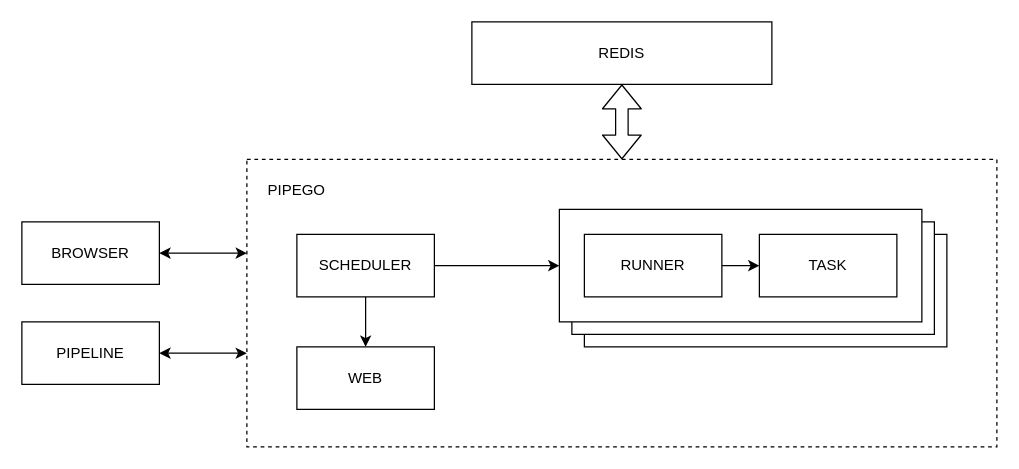
The draw.io diagram diagram.drawio in pipego/deploy, before the edit. Source tidied: cells renumbered, new cells numbered last; positions are measured from the earlier drawing's top-left corner, leaving out a move shared by most shapes. Both pictures are drawn from the tidied source at 125%, with x=0, y=0 at pixel (21, 21).
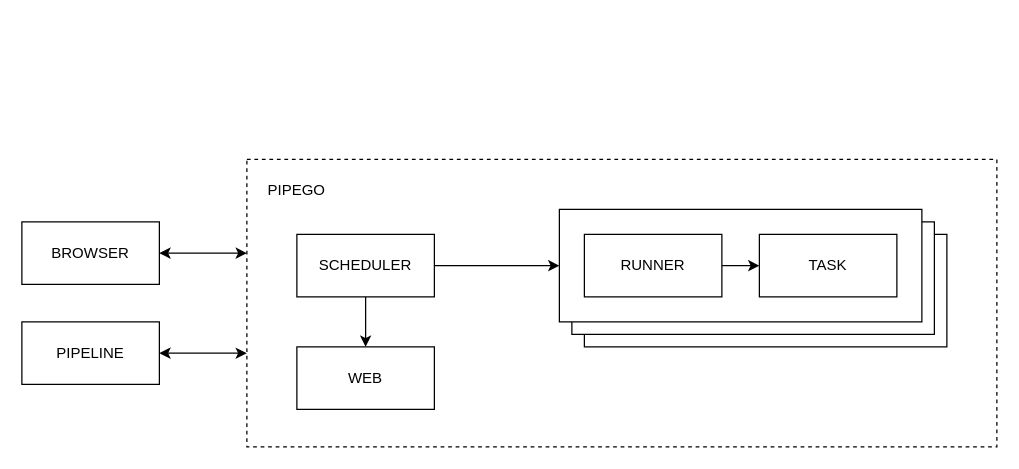
After the change.

Commit message (it also covers changes not shown here):
refactor(diagram): remove redis from diagram

The change refers to these unchanged cells:
```xml
<mxCell id="2" style="rounded=0;whiteSpace=wrap;html=1;dashed=1;" parent="1" vertex="1">
  <mxGeometry x="180" y="110" width="600" height="230" as="geometry" />
</mxCell>
```

What changed in the source:
```diff
@@
-    <mxCell id="12" value="REDIS" style="rounded=0;whiteSpace=wrap;html=1;" parent="1" vertex="1">
-      <mxGeometry x="360" width="240" height="50" as="geometry" />
-    </mxCell>
@@
-    <mxCell id="19" style="shape=flexArrow;endArrow=classic;startArrow=classic;html=1;entryX=0.5;entryY=1;entryDx=0;entryDy=0;exitX=0.5;exitY=0;exitDx=0;exitDy=0;" parent="1" edge="1" source="2" target="12">
-      <mxGeometry relative="1" as="geometry" />
-    </mxCell>
```
